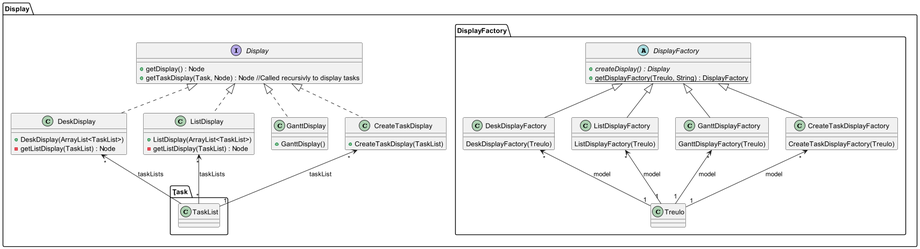
Before: project/Document/analyse/diag-conception/diag_class_factory.png, a diagram exported from PlantUML (Fiera42/SAE-3.01-D-veloppement-d-applications).
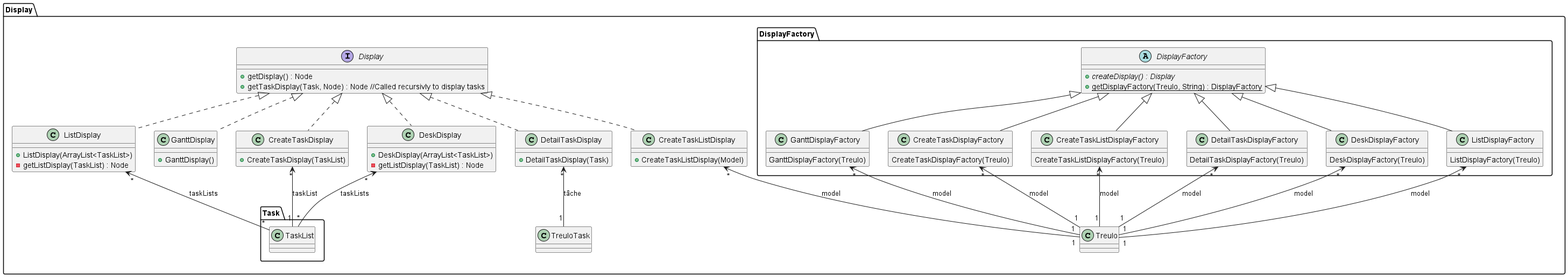
Above is the later version.

Change to the diagram source:
```diff
@@ -27,6 +27,16 @@
     }
   CreateTaskDisplay "*" <-- "1" Task.TaskList : taskList
 
+  class CreateTaskListDisplay implements Display {
+        +CreateTaskListDisplay(Model)
+      }
+  CreateTaskListDisplay "*" <-- "1" Treulo : model
+
+  class DetailTaskDisplay implements Display {
+          +DetailTaskDisplay(Task)
+        }
+  DetailTaskDisplay "*" <-- "1" TreuloTask : tâche
+
   package DisplayFactory {
     abstract class DisplayFactory {
       +{abstract} createDisplay() : Display
@@ -52,6 +62,15 @@
           CreateTaskDisplayFactory(Treulo)
         }
     CreateTaskDisplayFactory "*" <-- "1" Treulo : model
+
+    class CreateTaskListDisplayFactory extends DisplayFactory{
+              CreateTaskListDisplayFactory(Treulo)
+            }
+        CreateTaskListDisplayFactory "*" <-- "1" Treulo : model
+    class DetailTaskDisplayFactory extends DisplayFactory{
+              DetailTaskDisplayFactory(Treulo)
+            }
+    DetailTaskDisplayFactory "*" <-- "1" Treulo : model
   }
 }
 
```
